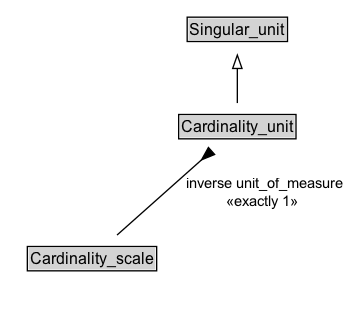
Earlier version of the Graphviz export docs/diagrams/Cardinality_unit.dot.png (ISO-TC204/ontology-i72-v1). Its source is kept beside it as docs/diagrams/Cardinality_unit.dot.
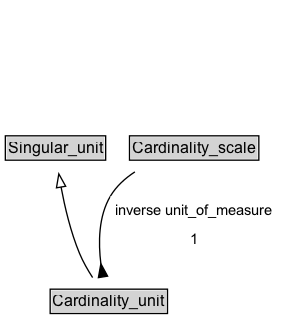
After the change.

Diff of the diagram source:
```diff
@@ -3,18 +3,21 @@
 	node [fontname=Arial fontsize=12 margin=0 shape=none]
 	edge [fontname=Arial fontsize=11]
 	{
+		rank=source
+		Singular_unit [label=<<TABLE BORDER="1" CELLBORDER="0" CELLSPACING="0" CELLPADDING="1"><TR><TD BGCOLOR="lightgray" ALIGN="CENTER">Singular_unit</TD></TR></TABLE>> URL="../Singular_unit" margin=0]
+	}
+	Cardinality_unit [label=<<TABLE BORDER="1" CELLBORDER="0" CELLSPACING="0" CELLPADDING="1"><TR><TD BGCOLOR="lightgray" ALIGN="CENTER">Cardinality_unit</TD></TR></TABLE>> URL="../Cardinality_unit" margin=0]
+	{
 		rank=max
-		Cardinality_unit [label=<<TABLE BORDER="1" CELLBORDER="0" CELLSPACING="0" CELLPADDING="1"><TR><TD BGCOLOR="lightgray" ALIGN="CENTER" PORT="e">Cardinality_unit</TD></TR></TABLE>> URL="../Cardinality_unit.md" margin=0]
 	}
 	subgraph cluster_associated {
 		label="" style=invis
 		Invis [label=<<TABLE BORDER="0" CELLBORDER="0" CELLSPACING="0" CELLPADDING="1"><TR><TD></TD></TR></TABLE>> margin=0 style=invis]
-		Cardinality_scale [label=<<TABLE BORDER="1" CELLBORDER="0" CELLSPACING="0" CELLPADDING="1"><TR><TD BGCOLOR="lightgray" ALIGN="CENTER">Cardinality_scale</TD></TR></TABLE>> URL="../Cardinality_scale.md" margin=0]
+		Cardinality_scale [label=<<TABLE BORDER="1" CELLBORDER="0" CELLSPACING="0" CELLPADDING="1"><TR><TD BGCOLOR="lightgray" ALIGN="CENTER">Cardinality_scale</TD></TR></TABLE>> URL="../Cardinality_scale" margin=0]
 	}
-	Singular_unit [label=<<TABLE BORDER="1" CELLBORDER="0" CELLSPACING="0" CELLPADDING="1"><TR><TD BGCOLOR="lightgray" ALIGN="CENTER">Singular_unit</TD></TR></TABLE>> URL="../Singular_unit.md" margin=0]
 	Cardinality_unit -> Singular_unit [arrowhead=onormal style=solid]
 	Cardinality_unit -> Invis [style=invis]
 	Invis -> Cardinality_scale [style=invis]
-	Cardinality_scale -> Cardinality_unit [label=" inverse unit_of_measure
- «exactly 1»  " arrowhead=inv style=solid]
+	Cardinality_scale [label=<<TABLE BORDER="1" CELLBORDER="0" CELLSPACING="0" CELLPADDING="1"><TR><TD BGCOLOR="lightgray" ALIGN="CENTER">Cardinality_scale</TD></TR></TABLE>> URL="../Cardinality_scale" margin=0]
+	Cardinality_scale -> Cardinality_unit [label=<<TABLE BORDER="0" CELLBORDER="0" CELLSPACING="0" CELLPADDING="4" BGCOLOR="white"><TR><TD ALIGN="CENTER">inverse unit_of_measure</TD></TR><TR><TD ALIGN="CENTER">1</TD></TR></TABLE>> arrowhead=inv style=solid]
 }
```
